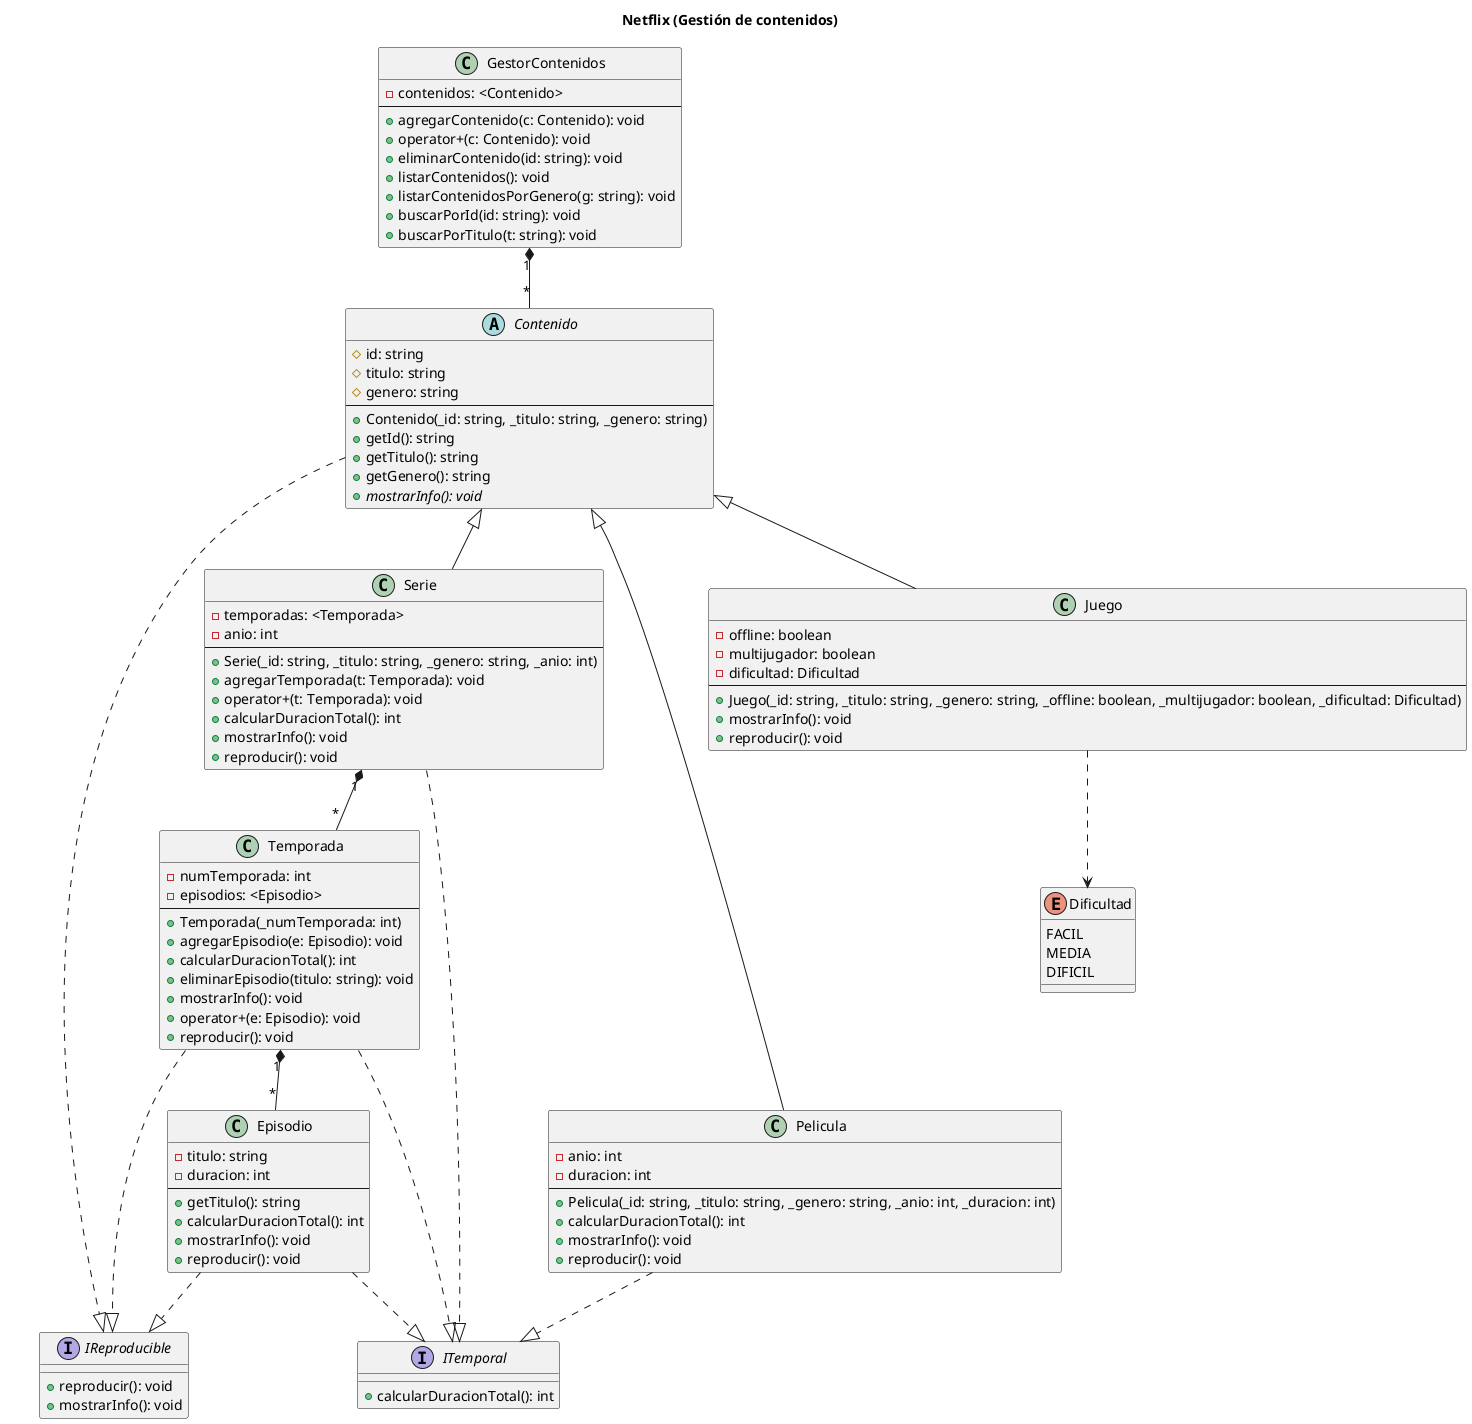
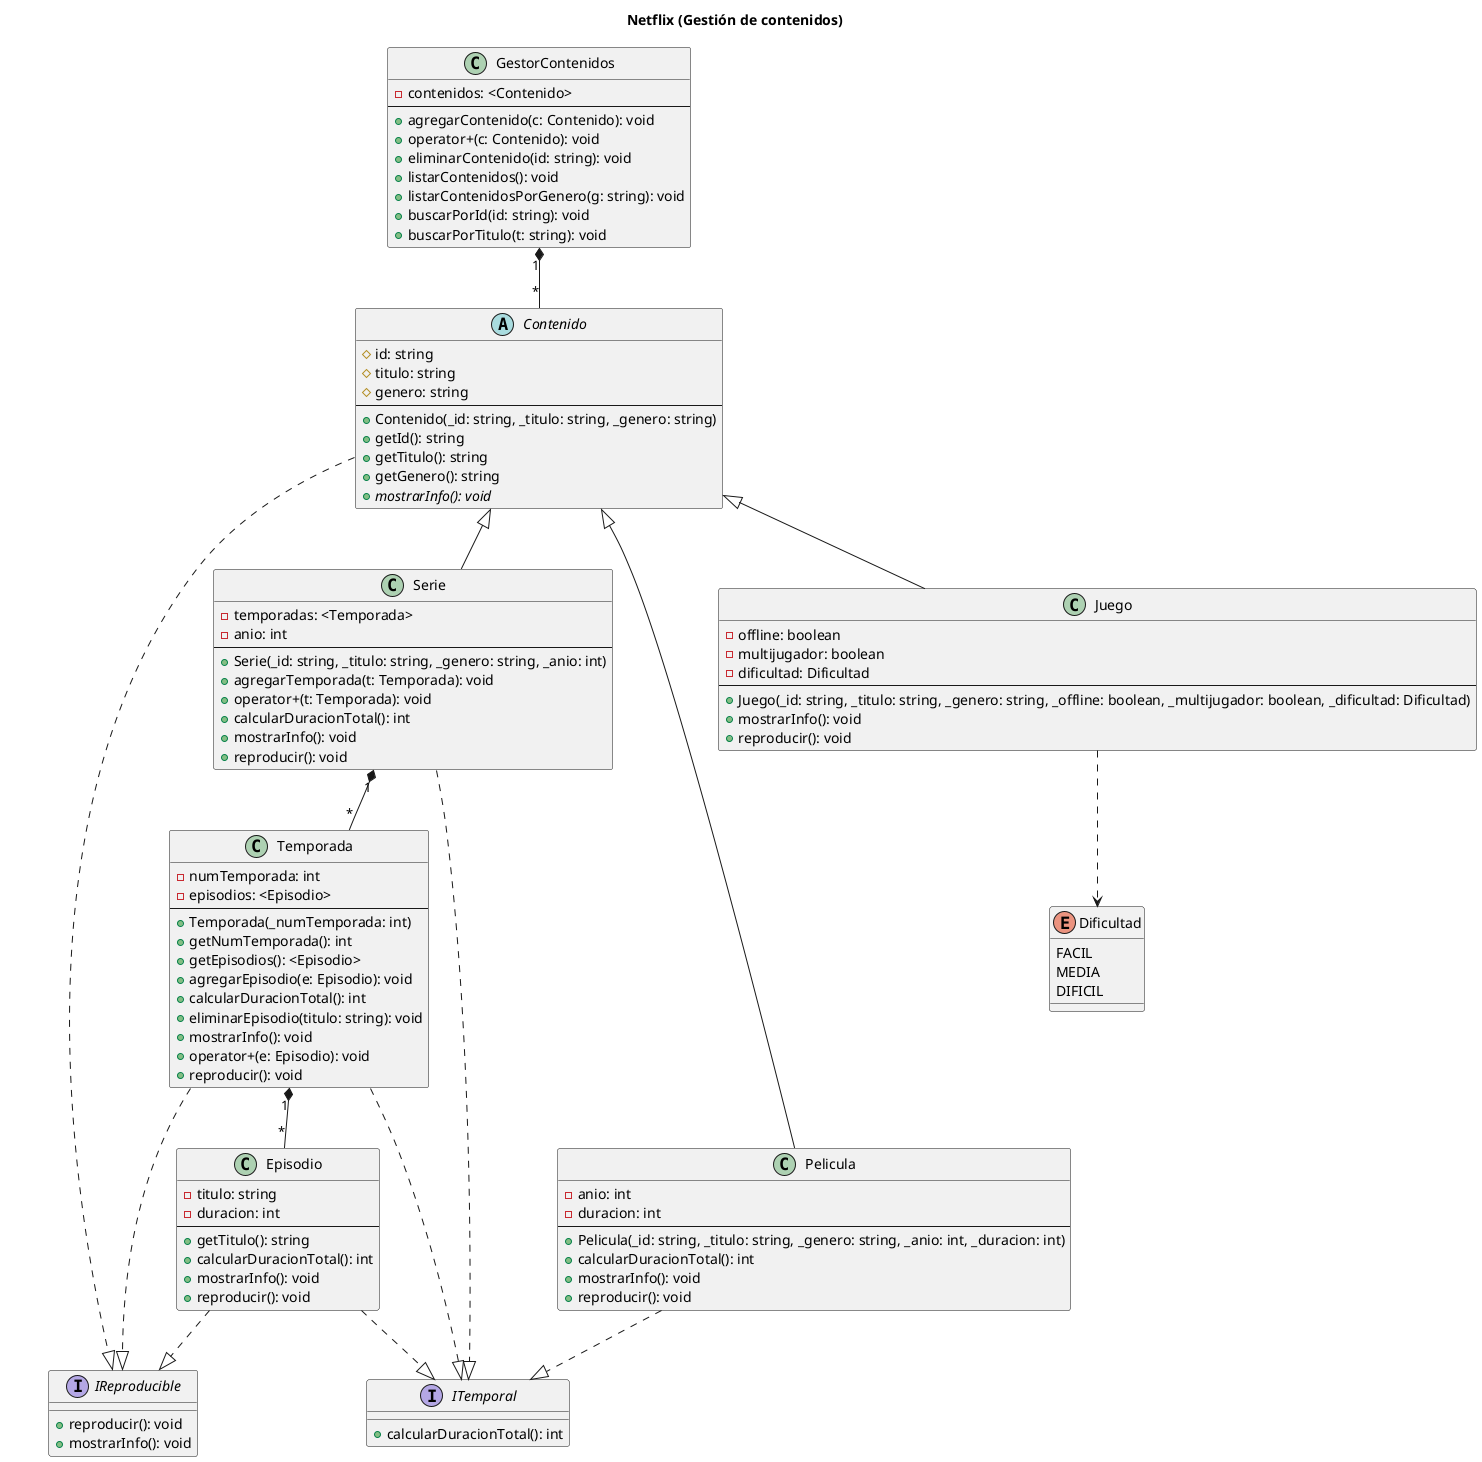
@startuml gestor_streaming
title Netflix (Gestión de contenidos)

interface IReproducible {
  + reproducir(): void
  + mostrarInfo(): void
}

interface ITemporal {
  + calcularDuracionTotal(): int
}

abstract class Contenido {
  # id: string
  # titulo: string
  # genero: string
  ---
  + Contenido(_id: string, _titulo: string, _genero: string)
  + getId(): string
  + getTitulo(): string
  + getGenero(): string
  + {abstract} mostrarInfo(): void
}

class GestorContenidos {
  - contenidos: <Contenido>
  ---
  + agregarContenido(c: Contenido): void
  + operator+(c: Contenido): void
  + eliminarContenido(id: string): void
  + listarContenidos(): void
  + listarContenidosPorGenero(g: string): void
  + buscarPorId(id: string): void
  + buscarPorTitulo(t: string): void
}

class Pelicula {
  - anio: int
  - duracion: int
  ---
  + Pelicula(_id: string, _titulo: string, _genero: string, _anio: int, _duracion: int)
  + calcularDuracionTotal(): int
  + mostrarInfo(): void
  + reproducir(): void
}

class Serie {
  - temporadas: <Temporada>
  - anio: int
  ---
  + Serie(_id: string, _titulo: string, _genero: string, _anio: int)
  + agregarTemporada(t: Temporada): void
  + operator+(t: Temporada): void
  + calcularDuracionTotal(): int
  + mostrarInfo(): void
  + reproducir(): void
}

class Juego {
  - offline: boolean
  - multijugador: boolean
  - dificultad: Dificultad
  ---
  + Juego(_id: string, _titulo: string, _genero: string, _offline: boolean, _multijugador: boolean, _dificultad: Dificultad)
  + mostrarInfo(): void
  + reproducir(): void
}

enum Dificultad {
  FACIL
  MEDIA
  DIFICIL
}

class Temporada {
  - numTemporada: int
  - episodios: <Episodio>
  ---
  + Temporada(_numTemporada: int)
+   + getNumTemporada(): int
+   + getEpisodios(): <Episodio>
  + agregarEpisodio(e: Episodio): void
  + calcularDuracionTotal(): int
  + eliminarEpisodio(titulo: string): void
  + mostrarInfo(): void
  + operator+(e: Episodio): void
  + reproducir(): void
}

class Episodio {
  - titulo: string
  - duracion: int
  ---
  + getTitulo(): string
  + calcularDuracionTotal(): int
  + mostrarInfo(): void
  + reproducir(): void
}

' Jerarquía principal
Contenido <|-- Pelicula
Contenido <|-- Serie
Contenido <|-- Juego

' Interfaces
Contenido ..|> IReproducible
Episodio ..|> IReproducible
Temporada ..|> IReproducible

Pelicula ..|> ITemporal
Serie ..|> ITemporal
Temporada ..|> ITemporal
Episodio ..|> ITemporal

' Composiciones
GestorContenidos "1" *-- "*" Contenido
Serie "1" *-- "*" Temporada
Temporada "1" *-- "*" Episodio

' Dependencia
Juego ..> Dificultad

@enduml